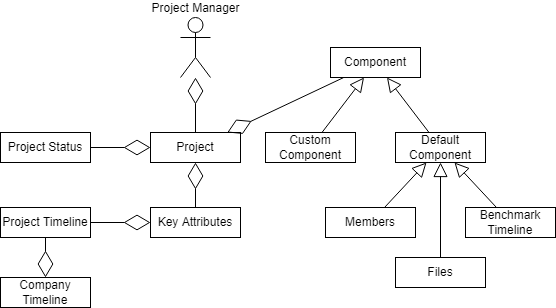
Before: phase1/CPDomainModel.drawio.png, a diagram exported from draw.io (ChrisR2487/Ensemble). Source tidied: cells renumbered, new cells last; positions are measured from the earlier drawing's top-left corner, leaving out a move shared by most shapes.
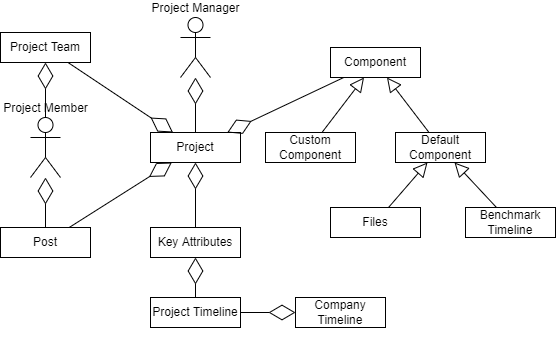
After the change.

What changed in the source:
```diff
@@ -21,16 +21,13 @@
       <mxGeometry x="395" y="115" width="90" height="30" as="geometry" />
     </mxCell>
     <mxCell id="8" value="Project Timeline" style="rounded=0;whiteSpace=wrap;html=1;" parent="1" vertex="1">
-      <mxGeometry y="190" width="90" height="30" as="geometry" />
+      <mxGeometry x="150" y="280" width="90" height="30" as="geometry" />
     </mxCell>
     <mxCell id="9" value="Company Timeline" style="rounded=0;whiteSpace=wrap;html=1;" parent="1" vertex="1">
-      <mxGeometry y="260" width="90" height="30" as="geometry" />
+      <mxGeometry x="295" y="280" width="90" height="30" as="geometry" />
     </mxCell>
-    <mxCell id="10" value="Members" style="rounded=0;whiteSpace=wrap;html=1;" parent="1" vertex="1">
-      <mxGeometry x="325" y="190" width="90" height="30" as="geometry" />
-    </mxCell>
     <mxCell id="11" value="Files" style="rounded=0;whiteSpace=wrap;html=1;" parent="1" vertex="1">
-      <mxGeometry x="395" y="240" width="90" height="30" as="geometry" />
+      <mxGeometry x="330" y="190" width="90" height="30" as="geometry" />
     </mxCell>
     <mxCell id="12" value="Benchmark Timeline" style="rounded=0;whiteSpace=wrap;html=1;" parent="1" vertex="1">
       <mxGeometry x="465" y="190" width="90" height="30" as="geometry" />
@@ -38,9 +35,6 @@
     <mxCell id="13" style="endArrow=block;endFill=0;endSize=12;html=1;rounded=0;sourcePerimeterSpacing=0;strokeWidth=1;" parent="1" edge="1" source="12" target="7">
       <mxGeometry relative="1" as="geometry" />
     </mxCell>
-    <mxCell id="14" style="endArrow=block;endFill=0;endSize=12;html=1;rounded=0;sourcePerimeterSpacing=0;strokeWidth=1;" parent="1" edge="1" source="10" target="7">
-      <mxGeometry relative="1" as="geometry" />
-    </mxCell>
     <mxCell id="15" value="Custom Component" style="rounded=0;whiteSpace=wrap;html=1;" parent="1" vertex="1">
       <mxGeometry x="265" y="115" width="90" height="30" as="geometry" />
     </mxCell>
@@ -56,20 +50,35 @@
     <mxCell id="19" style="endArrow=diamondThin;endFill=0;endSize=24;html=1;rounded=0;sourcePerimeterSpacing=0;strokeWidth=1;" parent="1" edge="1" source="6" target="2">
       <mxGeometry relative="1" as="geometry" />
     </mxCell>
-    <mxCell id="20" style="endArrow=diamondThin;endFill=0;endSize=24;html=1;rounded=0;sourcePerimeterSpacing=0;strokeWidth=1;" parent="1" edge="1" source="2" target="3">
-      <mxGeometry relative="1" as="geometry" />
-    </mxCell>
     <mxCell id="21" value="Key Attributes" style="rounded=0;whiteSpace=wrap;html=1;" parent="1" vertex="1">
-      <mxGeometry x="150" y="190" width="90" height="30" as="geometry" />
+      <mxGeometry x="150" y="210" width="90" height="30" as="geometry" />
     </mxCell>
     <mxCell id="22" style="endArrow=diamondThin;endFill=0;endSize=24;html=1;rounded=0;sourcePerimeterSpacing=0;strokeWidth=1;" parent="1" edge="1" source="21" target="2">
       <mxGeometry relative="1" as="geometry" />
     </mxCell>
-    <mxCell id="23" value="Project Status" style="rounded=0;whiteSpace=wrap;html=1;" parent="1" vertex="1">
-      <mxGeometry y="115" width="90" height="30" as="geometry" />
-    </mxCell>
-    <mxCell id="24" style="endArrow=diamondThin;endFill=0;endSize=24;html=1;rounded=0;sourcePerimeterSpacing=0;strokeWidth=1;" parent="1" edge="1" source="23" target="2">
-      <mxGeometry relative="1" as="geometry" />
-    </mxCell>
+    <mxCell id="25" value="Project Member" style="shape=umlActor;verticalLabelPosition=top;verticalAlign=bottom;html=1;outlineConnect=0;labelPosition=center;align=center;direction=east;" parent="1" vertex="1">
+      <mxGeometry x="30" y="100" width="30" height="60" as="geometry" />
+    </mxCell>
+    <mxCell id="26" style="endArrow=diamondThin;endFill=0;endSize=24;html=1;rounded=0;sourcePerimeterSpacing=0;strokeWidth=1;" parent="1" edge="1" source="27" target="2">
+      <mxGeometry relative="1" as="geometry" />
+    </mxCell>
+    <mxCell id="27" value="Project Team" style="rounded=0;whiteSpace=wrap;html=1;" parent="1" vertex="1">
+      <mxGeometry y="15" width="90" height="30" as="geometry" />
+    </mxCell>
+    <mxCell id="28" style="endArrow=diamondThin;endFill=0;endSize=24;html=1;rounded=0;sourcePerimeterSpacing=0;strokeWidth=1;" parent="1" edge="1" source="25" target="27">
+      <mxGeometry relative="1" as="geometry" />
+    </mxCell>
+    <mxCell id="20" style="endArrow=diamondThin;endFill=0;endSize=24;html=1;rounded=0;sourcePerimeterSpacing=0;strokeWidth=1;" parent="1" edge="1" source="2" target="3">
+      <mxGeometry relative="1" as="geometry" />
+    </mxCell>
+    <mxCell id="29" value="Post" style="rounded=0;whiteSpace=wrap;html=1;" parent="1" vertex="1">
+      <mxGeometry y="210" width="90" height="30" as="geometry" />
+    </mxCell>
+    <mxCell id="30" style="endArrow=diamondThin;endFill=0;endSize=24;html=1;rounded=0;sourcePerimeterSpacing=0;strokeWidth=1;" parent="1" edge="1" source="29" target="2">
+      <mxGeometry relative="1" as="geometry" />
+    </mxCell>
+    <mxCell id="31" style="endArrow=diamondThin;endFill=0;endSize=24;html=1;rounded=0;sourcePerimeterSpacing=0;strokeWidth=1;" parent="1" edge="1" source="29" target="25">
+      <mxGeometry relative="1" as="geometry" />
+    </mxCell>
   </root>
 </mxGraphModel>
```
